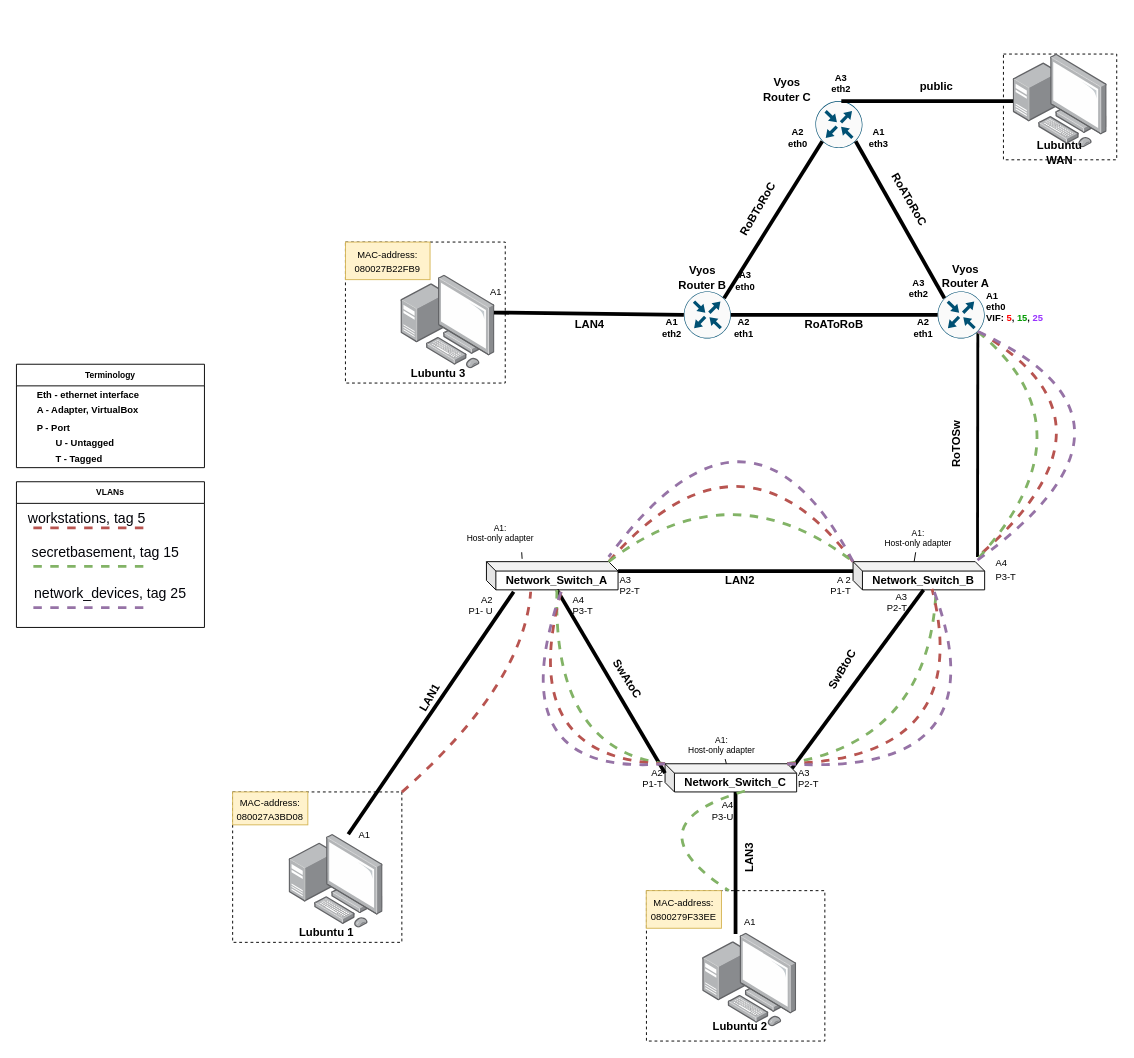
Above: page "Physical Topology" (1 of 5) of documentation/E11/E10NetworkCharts.drawio in Kjersheim/DataNetworksIntro2023 (draw.io), before the change. Source tidied: cells renumbered, new cells numbered last; positions are measured from the earlier drawing's top-left corner, leaving out a move shared by most shapes. Both pictures are drawn from the tidied source at 94%, with x=0, y=0 at pixel (16, 54).
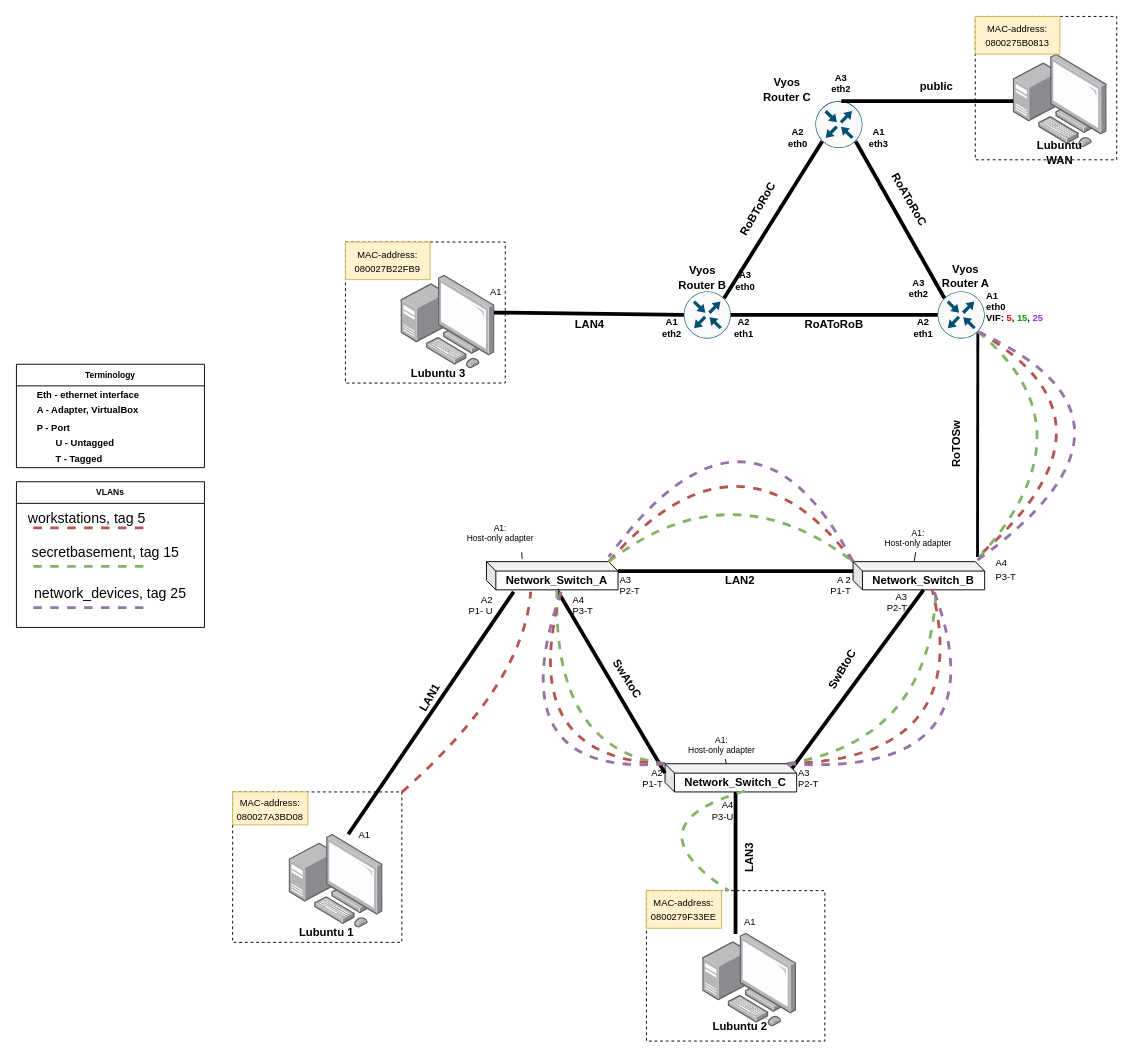
The same page after the edit.

Commit message (it also covers changes not shown here):
E11 iperf home network setup

The edit, as a diff of the source:
```diff
@@
     <mxCell id="98" style="rounded=0;whiteSpace=wrap;html=1;textOpacity=0;fillColor=none;dashed=1;" parent="1" vertex="1">
-      <mxGeometry x="1050" width="120.5" height="112.5" as="geometry" />
+      <mxGeometry x="1020" y="-40" width="150.5" height="152.5" as="geometry" />
     </mxCell>
@@
+    <mxCell id="103" value="&lt;font style=&quot;font-size: 10px;&quot;&gt;MAC-address:&lt;br&gt;0800275B0813&lt;br&gt;&lt;/font&gt;" style="text;strokeColor=#d6b656;align=center;fillColor=#fff2cc;html=1;verticalAlign=middle;rounded=0;whiteSpace=wrap;labelBorderColor=none;fillStyle=auto;" parent="1" vertex="1">
+      <mxGeometry x="1020" y="-40" width="90" height="40" as="geometry" />
+    </mxCell>
```
